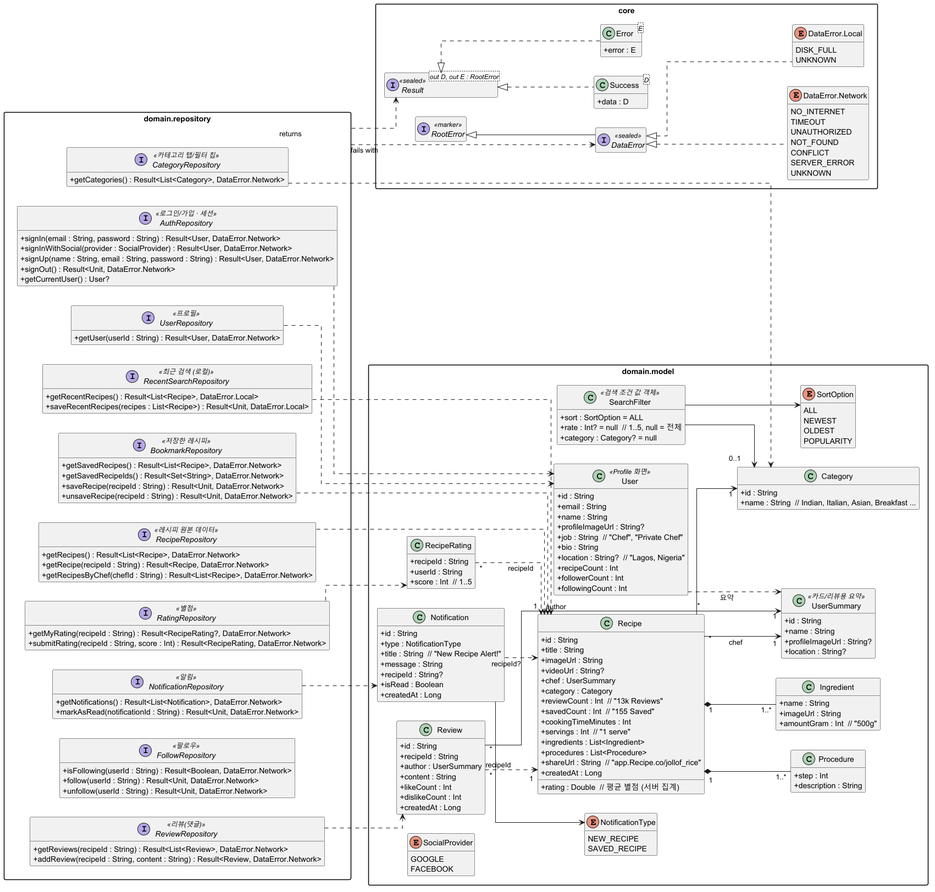
This is docs/architecture.png from SurvivalCodingCampus/gangnam3-android, a PlantUML export, as it was before one commit.
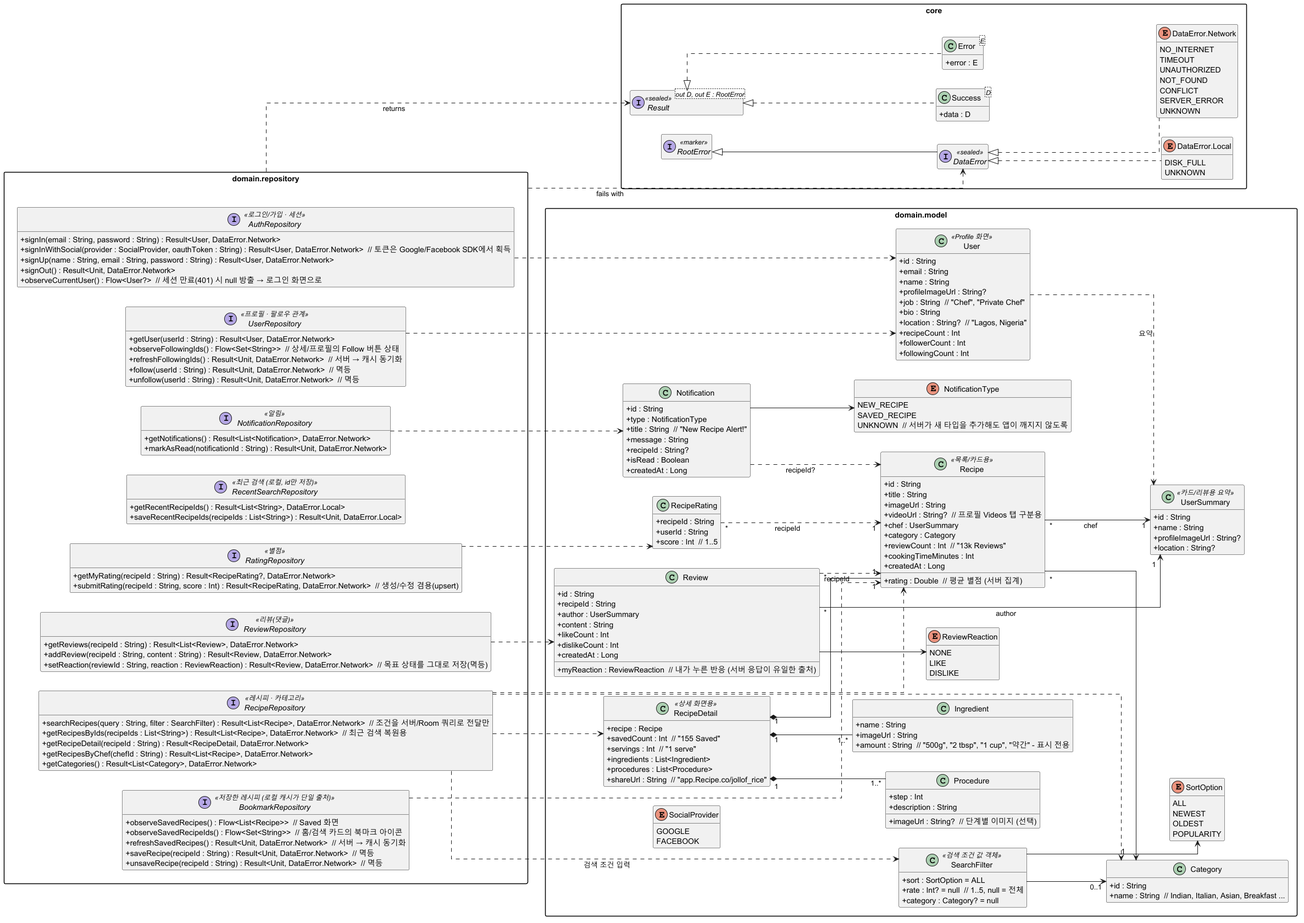
The same file after the commit.

Diff of the diagram source:
```diff
@@ -62,33 +62,38 @@
     + location : String?
   }
 
-  class Recipe {
+  class Recipe <<목록/카드용>> {
     + id : String
     + title : String
     + imageUrl : String
-    + videoUrl : String?
+    + videoUrl : String?  // 프로필 Videos 탭 구분용
     + chef : UserSummary
     + category : Category
     + rating : Double  // 평균 별점 (서버 집계)
     + reviewCount : Int  // "13k Reviews"
+    + cookingTimeMinutes : Int
+    + createdAt : Long
+  }
+
+  class RecipeDetail <<상세 화면용>> {
+    + recipe : Recipe
     + savedCount : Int  // "155 Saved"
-    + cookingTimeMinutes : Int
     + servings : Int  // "1 serve"
     + ingredients : List<Ingredient>
     + procedures : List<Procedure>
     + shareUrl : String  // "app.Recipe.co/jollof_rice"
-    + createdAt : Long
   }
 
   class Ingredient {
     + name : String
     + imageUrl : String
-    + amountGram : Int  // "500g"
+    + amount : String  // "500g", "2 tbsp", "1 cup", "약간" - 표시 전용
   }
 
   class Procedure {
     + step : Int
     + description : String
+    + imageUrl : String?  // 단계별 이미지 (선택)
   }
 
   class Category {
@@ -116,7 +121,14 @@
     + content : String
     + likeCount : Int
     + dislikeCount : Int
+    + myReaction : ReviewReaction  // 내가 누른 반응 (서버 응답이 유일한 출처)
     + createdAt : Long
+  }
+
+  enum ReviewReaction {
+    NONE
+    LIKE
+    DISLIKE
   }
 
   class RecipeRating {
@@ -138,6 +150,7 @@
   enum NotificationType {
     NEW_RECIPE
     SAVED_RECIPE
+    UNKNOWN  // 서버가 새 타입을 추가해도 앱이 깨지지 않도록
   }
 
   enum SocialProvider {
@@ -145,8 +158,10 @@
     FACEBOOK
   }
 
-  Recipe "1" *-- "1..*" Ingredient
-  Recipe "1" *-- "1..*" Procedure
+  RecipeDetail "1" *-- "1" Recipe
+  RecipeDetail "1" *-- "1..*" Ingredient
+  RecipeDetail "1" *-- "1..*" Procedure
+  Review --> ReviewReaction
   Recipe "*" --> "1" Category
   Recipe "*" --> "1" UserSummary : chef
   Review "*" --> "1" UserSummary : author
@@ -163,52 +178,50 @@
 
   interface AuthRepository <<로그인/가입 · 세션>> {
     + signIn(email : String, password : String) : Result<User, DataError.Network>
-    + signInWithSocial(provider : SocialProvider) : Result<User, DataError.Network>
+    + signInWithSocial(provider : SocialProvider, oauthToken : String) : Result<User, DataError.Network>  // 토큰은 Google/Facebook SDK에서 획득
     + signUp(name : String, email : String, password : String) : Result<User, DataError.Network>
     + signOut() : Result<Unit, DataError.Network>
-    + getCurrentUser() : User?
+    + observeCurrentUser() : Flow<User?>  // 세션 만료(401) 시 null 방출 → 로그인 화면으로
   }
 
-  interface UserRepository <<프로필>> {
+  interface UserRepository <<프로필 · 팔로우 관계>> {
     + getUser(userId : String) : Result<User, DataError.Network>
+    + observeFollowingIds() : Flow<Set<String>>  // 상세/프로필의 Follow 버튼 상태
+    + refreshFollowingIds() : Result<Unit, DataError.Network>  // 서버 → 캐시 동기화
+    + follow(userId : String) : Result<Unit, DataError.Network>  // 멱등
+    + unfollow(userId : String) : Result<Unit, DataError.Network>  // 멱등
   }
 
-  interface RecipeRepository <<레시피 원본 데이터>> {
-    + getRecipes() : Result<List<Recipe>, DataError.Network>
-    + getRecipe(recipeId : String) : Result<Recipe, DataError.Network>
+  interface RecipeRepository <<레시피 · 카테고리>> {
+    + searchRecipes(query : String, filter : SearchFilter) : Result<List<Recipe>, DataError.Network>  // 조건을 서버/Room 쿼리로 전달만
+    + getRecipesByIds(recipeIds : List<String>) : Result<List<Recipe>, DataError.Network>  // 최근 검색 복원용
+    + getRecipeDetail(recipeId : String) : Result<RecipeDetail, DataError.Network>
     + getRecipesByChef(chefId : String) : Result<List<Recipe>, DataError.Network>
-  }
-
-  interface CategoryRepository <<카테고리 탭/필터 칩>> {
     + getCategories() : Result<List<Category>, DataError.Network>
   }
 
-  interface RecentSearchRepository <<최근 검색 (로컬)>> {
-    + getRecentRecipes() : Result<List<Recipe>, DataError.Local>
-    + saveRecentRecipes(recipes : List<Recipe>) : Result<Unit, DataError.Local>
+  interface RecentSearchRepository <<최근 검색 (로컬, id만 저장)>> {
+    + getRecentRecipeIds() : Result<List<String>, DataError.Local>
+    + saveRecentRecipeIds(recipeIds : List<String>) : Result<Unit, DataError.Local>
   }
 
-  interface BookmarkRepository <<저장한 레시피>> {
-    + getSavedRecipes() : Result<List<Recipe>, DataError.Network>
-    + getSavedRecipeIds() : Result<Set<String>, DataError.Network>
-    + saveRecipe(recipeId : String) : Result<Unit, DataError.Network>
-    + unsaveRecipe(recipeId : String) : Result<Unit, DataError.Network>
+  interface BookmarkRepository <<저장한 레시피 (로컬 캐시가 단일 출처)>> {
+    + observeSavedRecipes() : Flow<List<Recipe>>  // Saved 화면
+    + observeSavedRecipeIds() : Flow<Set<String>>  // 홈/검색 카드의 북마크 아이콘
+    + refreshSavedRecipes() : Result<Unit, DataError.Network>  // 서버 → 캐시 동기화
+    + saveRecipe(recipeId : String) : Result<Unit, DataError.Network>  // 멱등
+    + unsaveRecipe(recipeId : String) : Result<Unit, DataError.Network>  // 멱등
   }
 
   interface ReviewRepository <<리뷰(댓글)>> {
     + getReviews(recipeId : String) : Result<List<Review>, DataError.Network>
     + addReview(recipeId : String, content : String) : Result<Review, DataError.Network>
+    + setReaction(reviewId : String, reaction : ReviewReaction) : Result<Review, DataError.Network>  // 목표 상태를 그대로 저장(멱등)
   }
 
   interface RatingRepository <<별점>> {
     + getMyRating(recipeId : String) : Result<RecipeRating?, DataError.Network>
-    + submitRating(recipeId : String, score : Int) : Result<RecipeRating, DataError.Network>
-  }
-
-  interface FollowRepository <<팔로우>> {
-    + isFollowing(userId : String) : Result<Boolean, DataError.Network>
-    + follow(userId : String) : Result<Unit, DataError.Network>
-    + unfollow(userId : String) : Result<Unit, DataError.Network>
+    + submitRating(recipeId : String, score : Int) : Result<RecipeRating, DataError.Network>  // 생성/수정 겸용(upsert)
   }
 
   interface NotificationRepository <<알림>> {
@@ -220,8 +233,9 @@
 AuthRepository ..> User
 UserRepository ..> User
 RecipeRepository ..> Recipe
-CategoryRepository ..> Category
-RecentSearchRepository ..> Recipe
+RecipeRepository ..> RecipeDetail
+RecipeRepository ..> Category
+RecipeRepository ..> SearchFilter : 검색 조건 입력
 BookmarkRepository ..> Recipe
 ReviewRepository ..> Review
 RatingRepository ..> RecipeRating
```
